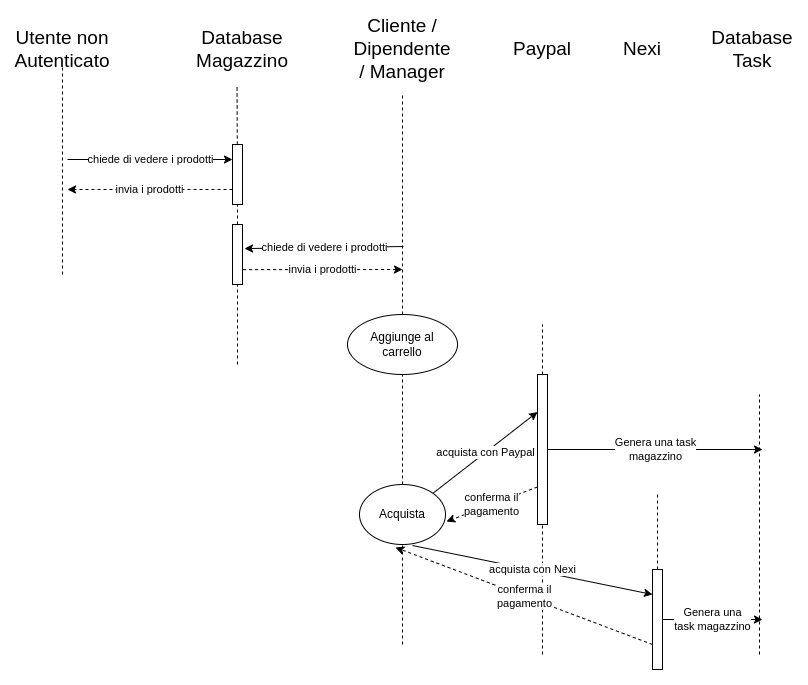
Earlier version of the draw.io export second-deliverable/images/negozio_sequence_diagram.png (IS-FixMi/Documentation-Source). Source tidied: cells renumbered, new cells last; positions are measured from the earlier drawing's top-left corner, leaving out a move shared by most shapes.
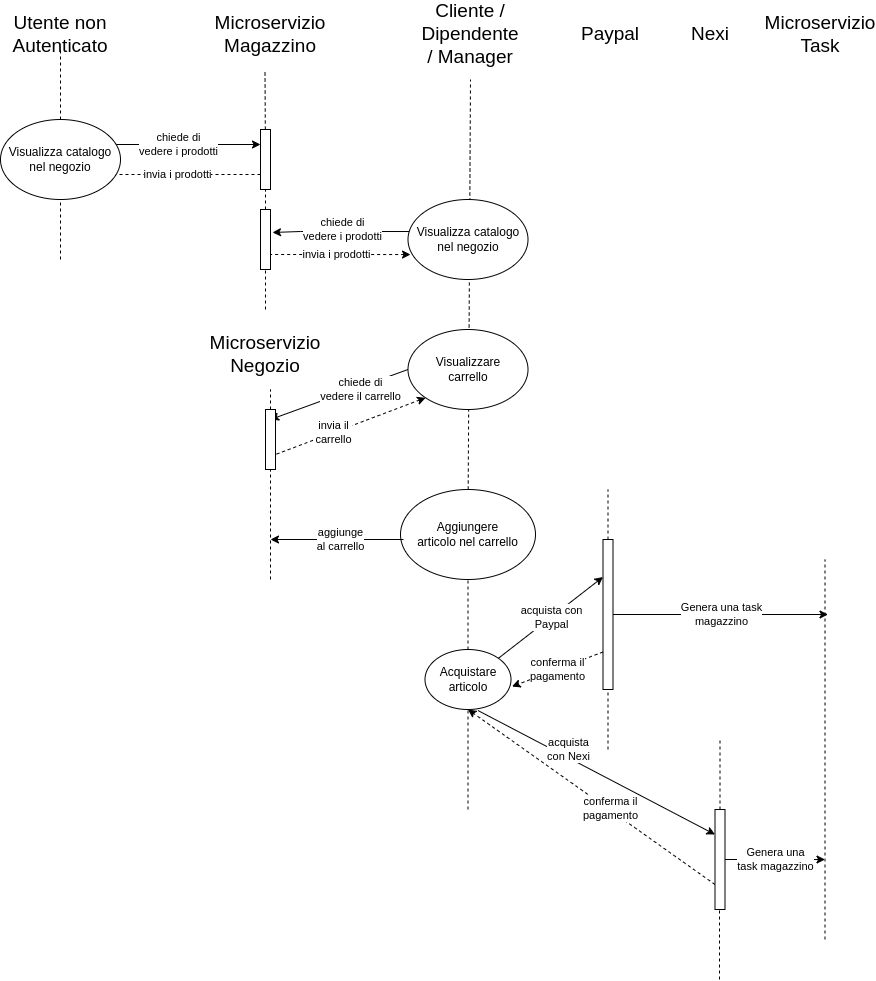
After the change.

The edit, as a diff of the source:
```diff
@@ -3,12 +3,12 @@
     <mxCell id="0" />
     <mxCell id="1" parent="0" />
     <mxCell id="2" value="&lt;font style=&quot;font-size: 19px;&quot;&gt;Utente non Autenticato&lt;/font&gt;" style="text;html=1;strokeColor=none;fillColor=none;align=center;verticalAlign=middle;whiteSpace=wrap;rounded=0;" parent="1" vertex="1">
-      <mxGeometry width="60" height="30" as="geometry" />
+      <mxGeometry x="-70" width="60" height="30" as="geometry" />
     </mxCell>
     <mxCell id="3" value="&lt;font style=&quot;font-size: 19px;&quot;&gt;Cliente / Dipendente / Manager&lt;/font&gt;" style="text;html=1;strokeColor=none;fillColor=none;align=center;verticalAlign=middle;whiteSpace=wrap;rounded=0;" parent="1" vertex="1">
       <mxGeometry x="340" width="60" height="30" as="geometry" />
     </mxCell>
-    <mxCell id="4" value="&lt;font style=&quot;font-size: 19px;&quot;&gt;Database Task&lt;/font&gt;" style="text;html=1;strokeColor=none;fillColor=none;align=center;verticalAlign=middle;whiteSpace=wrap;rounded=0;" parent="1" vertex="1">
+    <mxCell id="4" value="&lt;font style=&quot;font-size: 19px;&quot;&gt;Microservizio Task&lt;/font&gt;" style="text;html=1;strokeColor=none;fillColor=none;align=center;verticalAlign=middle;whiteSpace=wrap;rounded=0;" parent="1" vertex="1">
       <mxGeometry x="690" width="60" height="30" as="geometry" />
     </mxCell>
     <mxCell id="5" value="&lt;font style=&quot;font-size: 19px;&quot;&gt;Paypal&lt;/font&gt;" style="text;html=1;strokeColor=none;fillColor=none;align=center;verticalAlign=middle;whiteSpace=wrap;rounded=0;" parent="1" vertex="1">
@@ -17,54 +17,51 @@
     <mxCell id="6" value="&lt;font style=&quot;font-size: 19px;&quot;&gt;Nexi&lt;/font&gt;" style="text;html=1;strokeColor=none;fillColor=none;align=center;verticalAlign=middle;whiteSpace=wrap;rounded=0;" parent="1" vertex="1">
       <mxGeometry x="580" width="60" height="30" as="geometry" />
     </mxCell>
-    <mxCell id="7" value="&lt;font style=&quot;font-size: 19px;&quot;&gt;Database Magazzino&lt;/font&gt;" style="text;html=1;strokeColor=none;fillColor=none;align=center;verticalAlign=middle;whiteSpace=wrap;rounded=0;" parent="1" vertex="1">
-      <mxGeometry x="180" width="60" height="30" as="geometry" />
+    <mxCell id="7" value="&lt;font style=&quot;font-size: 19px;&quot;&gt;Microservizio Magazzino&lt;/font&gt;" style="text;html=1;strokeColor=none;fillColor=none;align=center;verticalAlign=middle;whiteSpace=wrap;rounded=0;" parent="1" vertex="1">
+      <mxGeometry x="140" width="60" height="30" as="geometry" />
     </mxCell>
-    <mxCell id="8" value="chiede di vedere i prodotti" style="endArrow=none;html=1;rounded=0;entryX=0.1;entryY=0.367;entryDx=0;entryDy=0;entryPerimeter=0;exitX=1;exitY=0.065;exitDx=0;exitDy=0;exitPerimeter=0;endFill=0;startArrow=classic;startFill=1;" parent="1" edge="1">
-      <mxGeometry relative="1" as="geometry">
-        <mxPoint x="212" y="214" as="sourcePoint" />
+    <mxCell id="8" value="chiede di&lt;br&gt;vedere i prodotti" style="endArrow=none;html=1;rounded=0;entryX=0.1;entryY=0.367;entryDx=0;entryDy=0;entryPerimeter=0;exitX=1.2;exitY=0.383;exitDx=0;exitDy=0;endFill=0;startArrow=classic;startFill=1;exitPerimeter=0;" parent="1" edge="1" source="17">
+      <mxGeometry x="-0.29" y="2" relative="1" as="geometry">
         <mxPoint x="371" y="212" as="targetPoint" />
+        <Array as="points">
+          <mxPoint x="200" y="212" />
+        </Array>
       </mxGeometry>
     </mxCell>
-    <mxCell id="9" value="invia i prodotti" style="endArrow=none;html=1;rounded=0;exitX=0;exitY=0.75;exitDx=0;exitDy=0;dashed=1;entryX=0.8;entryY=0.122;entryDx=0;entryDy=0;entryPerimeter=0;endFill=0;startArrow=classic;startFill=1;" parent="1" edge="1">
-      <mxGeometry relative="1" as="geometry">
-        <mxPoint x="370" y="235" as="sourcePoint" />
-        <mxPoint x="210" y="235.1" as="targetPoint" />
-      </mxGeometry>
+    <mxCell id="9" value="invia i prodotti" style="endArrow=none;html=1;rounded=0;exitX=0.021;exitY=0.688;exitDx=0;exitDy=0;dashed=1;entryX=1;entryY=0.75;entryDx=0;entryDy=0;endFill=0;startArrow=classic;startFill=1;exitPerimeter=0;" parent="1" edge="1" source="39" target="17">
+      <mxGeometry x="0.05" relative="1" as="geometry" />
     </mxCell>
-    <mxCell id="10" value="chiede di vedere i prodotti" style="endArrow=classic;html=1;rounded=0;entryX=0;entryY=0.25;entryDx=0;entryDy=0;exitX=1;exitY=0.25;exitDx=0;exitDy=0;" parent="1" edge="1" target="15">
+    <mxCell id="10" value="chiede di&lt;br&gt;vedere i prodotti" style="endArrow=classic;html=1;rounded=0;entryX=0;entryY=0.25;entryDx=0;entryDy=0;exitX=1;exitY=0.25;exitDx=0;exitDy=0;" parent="1" edge="1" target="15">
       <mxGeometry relative="1" as="geometry">
-        <mxPoint x="35" y="125" as="sourcePoint" />
+        <mxPoint x="-5" y="125" as="sourcePoint" />
       </mxGeometry>
     </mxCell>
     <mxCell id="11" value="invia i prodotti" style="endArrow=classic;html=1;rounded=0;exitX=0;exitY=0.75;exitDx=0;exitDy=0;dashed=1;entryX=1;entryY=0.75;entryDx=0;entryDy=0;" parent="1" edge="1" source="15">
       <mxGeometry relative="1" as="geometry">
-        <mxPoint x="35" y="155" as="targetPoint" />
+        <mxPoint x="-5" y="155" as="targetPoint" />
       </mxGeometry>
     </mxCell>
-    <mxCell id="12" style="endArrow=none;dashed=1;html=1;rounded=0;entryX=0.5;entryY=1;entryDx=0;entryDy=0;" parent="1" edge="1" target="2">
-      <mxGeometry relative="1" as="geometry">
-        <mxPoint x="30" y="240" as="sourcePoint" />
-      </mxGeometry>
+    <mxCell id="12" style="endArrow=none;dashed=1;html=1;rounded=0;entryX=0.5;entryY=1;entryDx=0;entryDy=0;" parent="1" edge="1" source="38" target="2">
+      <mxGeometry relative="1" as="geometry" />
     </mxCell>
     <mxCell id="13" style="endArrow=none;dashed=1;html=1;rounded=0;entryX=0.5;entryY=1;entryDx=0;entryDy=0;" parent="1" edge="1" source="15">
       <mxGeometry relative="1" as="geometry">
-        <mxPoint x="204.5" y="50" as="targetPoint" />
+        <mxPoint x="164.5" y="50" as="targetPoint" />
       </mxGeometry>
     </mxCell>
     <mxCell id="14" style="endArrow=none;dashed=1;html=1;rounded=0;entryX=0.5;entryY=1;entryDx=0;entryDy=0;" parent="1" edge="1" source="17" target="15">
       <mxGeometry relative="1" as="geometry" />
     </mxCell>
     <mxCell id="15" style="rounded=0;whiteSpace=wrap;html=1;" parent="1" vertex="1">
-      <mxGeometry x="200" y="110" width="10" height="60" as="geometry" />
+      <mxGeometry x="160" y="110" width="10" height="60" as="geometry" />
     </mxCell>
     <mxCell id="16" style="endArrow=none;dashed=1;html=1;rounded=0;entryX=0.5;entryY=1;entryDx=0;entryDy=0;" parent="1" edge="1" target="17">
       <mxGeometry relative="1" as="geometry">
-        <mxPoint x="205" y="330" as="sourcePoint" />
+        <mxPoint x="165" y="290" as="sourcePoint" />
       </mxGeometry>
     </mxCell>
     <mxCell id="17" style="rounded=0;whiteSpace=wrap;html=1;" parent="1" vertex="1">
-      <mxGeometry x="200" y="190" width="10" height="60" as="geometry" />
+      <mxGeometry x="160" y="190" width="10" height="60" as="geometry" />
     </mxCell>
     <mxCell id="18" style="endArrow=none;dashed=1;html=1;rounded=0;" parent="1" edge="1" source="20">
       <mxGeometry relative="1" as="geometry">
@@ -74,70 +71,121 @@
     <mxCell id="19" style="endArrow=none;dashed=1;html=1;rounded=0;" parent="1" edge="1" source="35" target="20">
       <mxGeometry relative="1" as="geometry" />
     </mxCell>
+    <mxCell id="36" value="chiede di&lt;br&gt;vedere il carrello" style="rounded=0;jettySize=auto;html=1;exitX=0;exitY=0.5;exitDx=0;exitDy=0;" parent="1" edge="1" source="43">
+      <mxGeometry x="-0.3" y="3" relative="1" as="geometry">
+        <mxPoint x="170" y="400" as="targetPoint" />
+        <mxPoint x="-1" as="offset" />
+      </mxGeometry>
+    </mxCell>
-    <mxCell id="20" value="Aggiunge al&lt;br&gt;carrello" style="ellipse;whiteSpace=wrap;html=1;" parent="1" vertex="1">
-      <mxGeometry x="315" y="280" width="110" height="60" as="geometry" />
+    <mxCell id="20" value="Aggiungere&lt;br&gt;articolo nel carrello" style="ellipse;whiteSpace=wrap;html=1;" parent="1" vertex="1">
+      <mxGeometry x="300" y="470" width="135" height="90" as="geometry" />
     </mxCell>
     <mxCell id="21" style="endArrow=none;dashed=1;html=1;rounded=0;" parent="1" edge="1" source="26">
       <mxGeometry relative="1" as="geometry">
-        <mxPoint x="510" y="290" as="targetPoint" />
+        <mxPoint x="507.5" y="470" as="targetPoint" />
       </mxGeometry>
     </mxCell>
-    <mxCell id="22" value="acquista con Paypal" style="endArrow=classic;html=1;rounded=0;entryX=0;entryY=0.25;entryDx=0;entryDy=0;exitX=1;exitY=0;exitDx=0;exitDy=0;" parent="1" edge="1" source="35" target="26">
+    <mxCell id="22" value="acquista con&lt;br&gt;Paypal" style="endArrow=classic;html=1;rounded=0;entryX=0;entryY=0.25;entryDx=0;entryDy=0;exitX=1;exitY=0;exitDx=0;exitDy=0;" parent="1" edge="1" source="35" target="26">
       <mxGeometry x="0.01" relative="1" as="geometry" />
     </mxCell>
     <mxCell id="23" style="endArrow=none;dashed=1;html=1;rounded=0;" parent="1" edge="1" source="33">
       <mxGeometry relative="1" as="geometry">
-        <mxPoint x="625" y="460" as="targetPoint" />
+        <mxPoint x="619.5" y="720" as="targetPoint" />
       </mxGeometry>
     </mxCell>
     <mxCell id="24" style="endArrow=none;dashed=1;html=1;rounded=0;" parent="1" edge="1">
       <mxGeometry relative="1" as="geometry">
-        <mxPoint x="727" y="620" as="sourcePoint" />
-        <mxPoint x="727" y="360" as="targetPoint" />
+        <mxPoint x="724.5" y="920" as="sourcePoint" />
+        <mxPoint x="724.5" y="540" as="targetPoint" />
       </mxGeometry>
     </mxCell>
     <mxCell id="25" style="endArrow=none;dashed=1;html=1;rounded=0;" parent="1" edge="1" target="26">
       <mxGeometry relative="1" as="geometry">
-        <mxPoint x="510" y="620" as="sourcePoint" />
+        <mxPoint x="507.5" y="730" as="sourcePoint" />
       </mxGeometry>
     </mxCell>
     <mxCell id="26" style="rounded=0;whiteSpace=wrap;html=1;" parent="1" vertex="1">
-      <mxGeometry x="505" y="340" width="10" height="150" as="geometry" />
+      <mxGeometry x="502.5" y="520" width="10" height="150" as="geometry" />
     </mxCell>
     <mxCell id="27" value="conferma il&lt;br&gt;pagamento" style="endArrow=classic;html=1;rounded=0;exitX=0;exitY=0.75;exitDx=0;exitDy=0;endFill=1;dashed=1;entryX=1.012;entryY=0.617;entryDx=0;entryDy=0;entryPerimeter=0;" parent="1" edge="1" source="26" target="35">
       <mxGeometry relative="1" as="geometry" />
     </mxCell>
     <mxCell id="28" value="Genera una task&lt;br&gt;magazzino" style="endArrow=classic;html=1;rounded=0;exitX=1;exitY=0.5;exitDx=0;exitDy=0;" parent="1" edge="1" source="26">
       <mxGeometry relative="1" as="geometry">
-        <mxPoint x="730" y="415" as="targetPoint" />
+        <mxPoint x="727.5" y="595" as="targetPoint" />
       </mxGeometry>
     </mxCell>
-    <mxCell id="29" value="acquista con Nexi" style="endArrow=classic;html=1;rounded=0;entryX=0;entryY=0.25;entryDx=0;entryDy=0;exitX=0.616;exitY=1.017;exitDx=0;exitDy=0;exitPerimeter=0;" parent="1" edge="1" source="35" target="33">
-      <mxGeometry relative="1" as="geometry" />
+    <mxCell id="29" value="acquista&lt;br&gt;con Nexi" style="endArrow=classic;html=1;rounded=0;entryX=0;entryY=0.25;entryDx=0;entryDy=0;exitX=0.616;exitY=1.017;exitDx=0;exitDy=0;exitPerimeter=0;" parent="1" edge="1" source="35" target="33">
+      <mxGeometry x="-0.27" y="7" relative="1" as="geometry" />
     </mxCell>
-    <mxCell id="30" value="conferma il&lt;br&gt;pagamento" style="endArrow=classic;html=1;rounded=0;exitX=0;exitY=0.75;exitDx=0;exitDy=0;endFill=1;dashed=1;entryX=0.419;entryY=1.05;entryDx=0;entryDy=0;entryPerimeter=0;" parent="1" edge="1" source="33" target="35">
-      <mxGeometry relative="1" as="geometry" />
+    <mxCell id="30" value="conferma il&lt;br&gt;pagamento" style="endArrow=classic;html=1;rounded=0;exitX=0;exitY=0.75;exitDx=0;exitDy=0;endFill=1;dashed=1;entryX=0.5;entryY=1;entryDx=0;entryDy=0;" parent="1" edge="1" source="33" target="35">
+      <mxGeometry x="-0.15" y="-2" relative="1" as="geometry" />
     </mxCell>
     <mxCell id="31" style="endArrow=none;dashed=1;html=1;rounded=0;" parent="1" edge="1" target="33">
       <mxGeometry relative="1" as="geometry">
-        <mxPoint x="620" y="620" as="sourcePoint" />
+        <mxPoint x="614.5" y="875" as="sourcePoint" />
       </mxGeometry>
     </mxCell>
     <mxCell id="32" value="Genera una&lt;br&gt;task magazzino" style="edgeStyle=orthogonalEdgeStyle;rounded=0;jettySize=auto;html=1;" parent="1" edge="1" source="33">
       <mxGeometry relative="1" as="geometry">
-        <mxPoint x="730" y="585" as="targetPoint" />
+        <mxPoint x="724.5" y="840" as="targetPoint" />
       </mxGeometry>
     </mxCell>
     <mxCell id="33" style="rounded=0;whiteSpace=wrap;html=1;" parent="1" vertex="1">
-      <mxGeometry x="620" y="535" width="10" height="100" as="geometry" />
+      <mxGeometry x="614.5" y="790" width="10" height="100" as="geometry" />
     </mxCell>
     <mxCell id="34" style="endArrow=none;dashed=1;html=1;rounded=0;" parent="1" edge="1" target="35">
       <mxGeometry relative="1" as="geometry">
-        <mxPoint x="370" y="610" as="sourcePoint" />
+        <mxPoint x="367.5" y="790" as="sourcePoint" />
       </mxGeometry>
     </mxCell>
-    <mxCell id="35" value="Acquista" style="ellipse;whiteSpace=wrap;html=1;" parent="1" vertex="1">
-      <mxGeometry x="327" y="450" width="86" height="60" as="geometry" />
+    <mxCell id="35" value="Acquistare&lt;br&gt;articolo" style="ellipse;whiteSpace=wrap;html=1;" parent="1" vertex="1">
+      <mxGeometry x="324.5" y="630" width="86" height="60" as="geometry" />
     </mxCell>
+    <mxCell id="37" style="endArrow=none;dashed=1;html=1;rounded=0;entryX=0.5;entryY=1;entryDx=0;entryDy=0;" parent="1" edge="1" target="38">
+      <mxGeometry relative="1" as="geometry">
+        <mxPoint x="-40" y="240" as="sourcePoint" />
+      </mxGeometry>
+    </mxCell>
+    <mxCell id="38" value="Visualizza catalogo nel negozio" style="ellipse;whiteSpace=wrap;html=1;" parent="1" vertex="1">
+      <mxGeometry x="-100" y="100" width="120" height="80" as="geometry" />
+    </mxCell>
+    <mxCell id="39" value="Visualizza catalogo nel negozio" style="ellipse;whiteSpace=wrap;html=1;" parent="1" vertex="1">
+      <mxGeometry x="307.5" y="180" width="120" height="80" as="geometry" />
+    </mxCell>
+    <mxCell id="40" style="endArrow=none;dashed=1;html=1;rounded=0;" parent="1" edge="1">
+      <mxGeometry relative="1" as="geometry">
+        <mxPoint x="619" y="960" as="sourcePoint" />
+        <mxPoint x="619" y="890" as="targetPoint" />
+      </mxGeometry>
+    </mxCell>
+    <mxCell id="41" value="&lt;font style=&quot;font-size: 19px;&quot;&gt;Microservizio Negozio&lt;/font&gt;" style="text;html=1;strokeColor=none;fillColor=none;align=center;verticalAlign=middle;whiteSpace=wrap;rounded=0;" parent="1" vertex="1">
+      <mxGeometry x="135" y="320" width="60" height="30" as="geometry" />
+    </mxCell>
+    <mxCell id="42" style="endArrow=none;dashed=1;html=1;rounded=0;" parent="1" edge="1" source="45">
+      <mxGeometry relative="1" as="geometry">
+        <mxPoint x="170" y="370" as="targetPoint" />
+      </mxGeometry>
+    </mxCell>
+    <mxCell id="43" value="Visualizzare&lt;br&gt;carrello" style="ellipse;whiteSpace=wrap;html=1;" parent="1" vertex="1">
+      <mxGeometry x="307.5" y="310" width="120" height="80" as="geometry" />
+    </mxCell>
+    <mxCell id="44" style="endArrow=none;dashed=1;html=1;rounded=0;" parent="1" edge="1" target="45">
+      <mxGeometry relative="1" as="geometry">
+        <mxPoint x="170" y="560" as="sourcePoint" />
+      </mxGeometry>
+    </mxCell>
+    <mxCell id="45" style="rounded=0;whiteSpace=wrap;html=1;" parent="1" vertex="1">
+      <mxGeometry x="165" y="390" width="10" height="60" as="geometry" />
+    </mxCell>
+    <mxCell id="46" value="invia il&lt;br&gt;carrello" style="endArrow=none;html=1;rounded=0;exitX=0;exitY=1;exitDx=0;exitDy=0;dashed=1;entryX=1;entryY=0.75;entryDx=0;entryDy=0;endFill=0;startArrow=classic;startFill=1;" parent="1" edge="1" source="43" target="45">
+      <mxGeometry x="0.23" relative="1" as="geometry" />
+    </mxCell>
+    <mxCell id="47" value="aggiunge&lt;br&gt;al carrello" style="rounded=0;orthogonalLoop=1;jettySize=auto;html=1;exitX=0;exitY=0.5;exitDx=0;exitDy=0;" parent="1" edge="1">
+      <mxGeometry x="-0.05" relative="1" as="geometry">
+        <mxPoint x="303" y="520" as="sourcePoint" />
+        <mxPoint x="170" y="520" as="targetPoint" />
+      </mxGeometry>
+    </mxCell>
   </root>
 </mxGraphModel>
```
